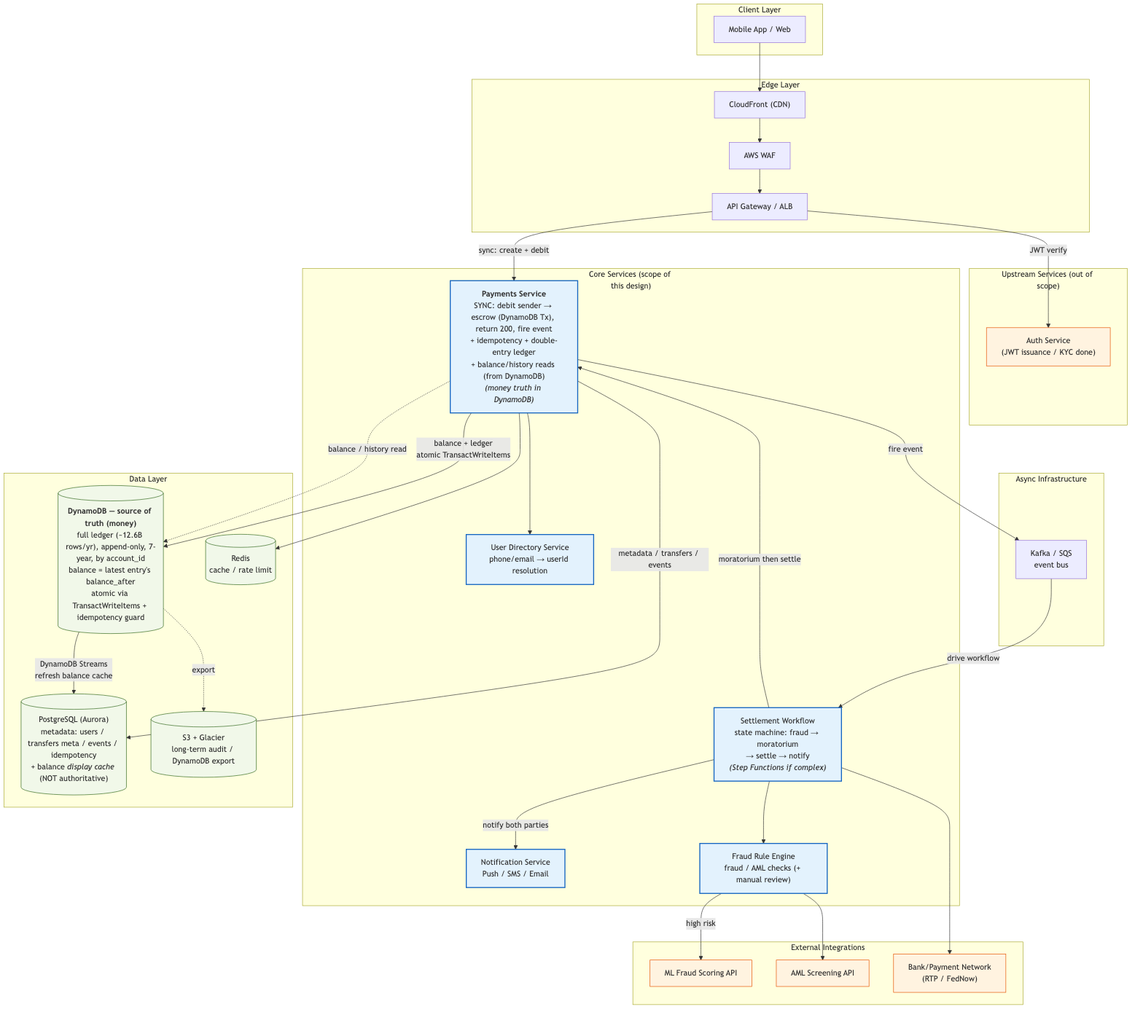
Above: 1-p2p-transaction/architecture-overview.png in masayukitanaka/system-designs (Mermaid), before the change. Its source is kept beside it as 1-p2p-transaction/diagrams/architecture-overview.mmd.
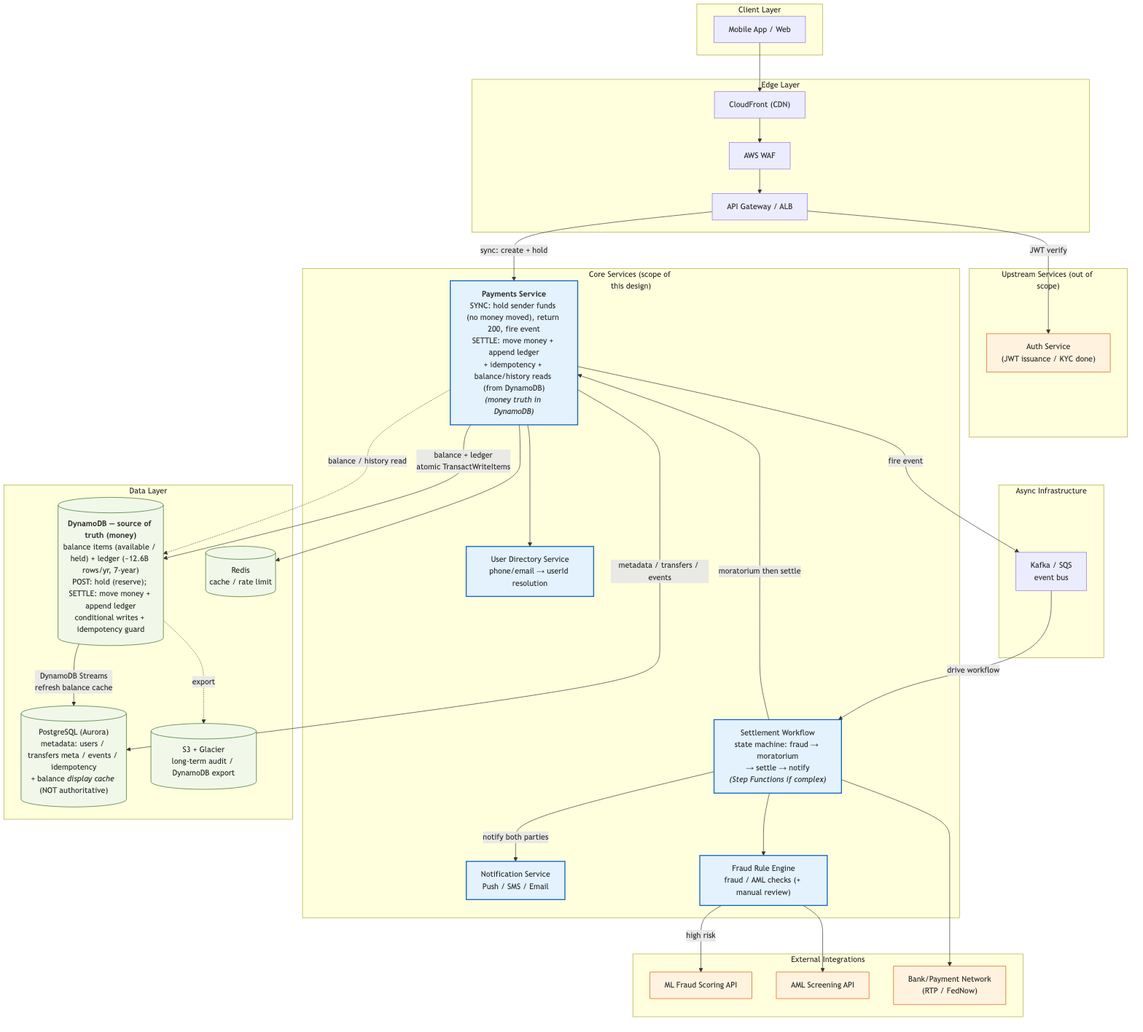
After the change.

Change to the diagram source:
```diff
@@ -14,7 +14,7 @@
     end
 
     subgraph Core["コアサービス (本設計のスコープ)"]
-        PAYMENTS["<b>Payments Service</b><br/>同期: 送金者→escrowへ減算 (DynamoDB Tx), 200返却, イベント発火<br/>+ 冪等性 + 二重仕訳台帳<br/>+ 残高/履歴の読取 (DynamoDBから)<br/><i>(金額の真実はDynamoDB)</i>"]
+        PAYMENTS["<b>Payments Service</b><br/>同期: 送金者をhold (お金は動かさない), 200返却, イベント発火<br/>決済: お金を動かす + 台帳追記<br/>+ 冪等性 + 残高/履歴の読取 (DynamoDBから)<br/><i>(金額の真実はDynamoDB)</i>"]
         WF["Settlement Workflow<br/>ステートマシン: fraud → モラトリアム<br/>→ 振込確定 → 通知<br/><i>(複雑なら Step Functions)</i>"]
         USER["User Directory Service<br/>電話/Email → userId 解決"]
         NOTIFY["Notification Service<br/>Push / SMS / Email"]
@@ -26,7 +26,7 @@
     end
 
     subgraph Data["データ層"]
-        DDB[("<b>DynamoDB — 正 (金額)</b><br/>全台帳 (約126億行/年), 追記専用, 7年, account_id別<br/>残高 = 最新エントリのbalance_after<br/>TransactWriteItems + 冪等ガードで原子的")]
+        DDB[("<b>DynamoDB — 正 (金額)</b><br/>残高アイテム (available / held) + 台帳 (約126億行/年, 7年)<br/>POST: hold(予約); SETTLE: 送金 + 台帳追記<br/>条件付き書込 + 冪等ガード")]
         LEDGERDB[("PostgreSQL (Aurora)<br/>メタデータ: users / transfersメタ / events / idempotency<br/>+ 残高<i>表示キャッシュ</i> (正ではない)")]
         CACHE[("Redis<br/>キャッシュ / レート制限")]
         ARCHIVE[("S3 + Glacier<br/>監査長期保管 / DynamoDBエクスポート")]
@@ -40,7 +40,7 @@
 
     MOBILE --> CDN --> WAF --> APIGW
     APIGW -->|JWT検証| AUTH
-    APIGW -->|同期: 作成 + 減算| PAYMENTS
+    APIGW -->|同期: 作成 + hold| PAYMENTS
 
     PAYMENTS --> USER
     PAYMENTS --> CACHE
```
